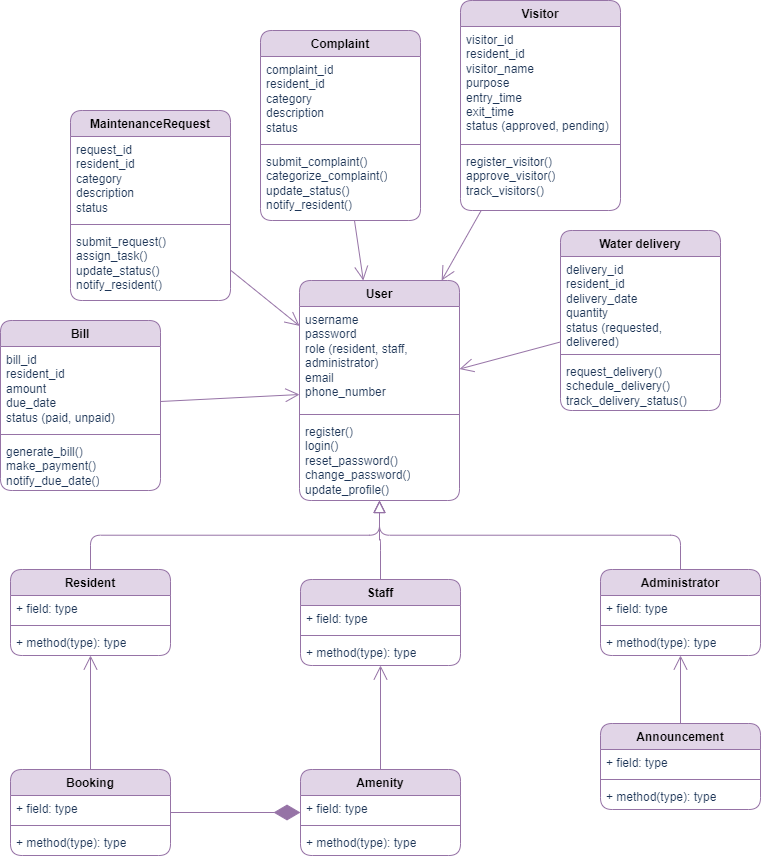
Earlier version of the draw.io export UML class diagram.drawio.png (zainy0805/SE_Assignment_project). Source tidied: cells renumbered, new cells last; positions are measured from the earlier drawing's top-left corner, leaving out a move shared by most shapes.
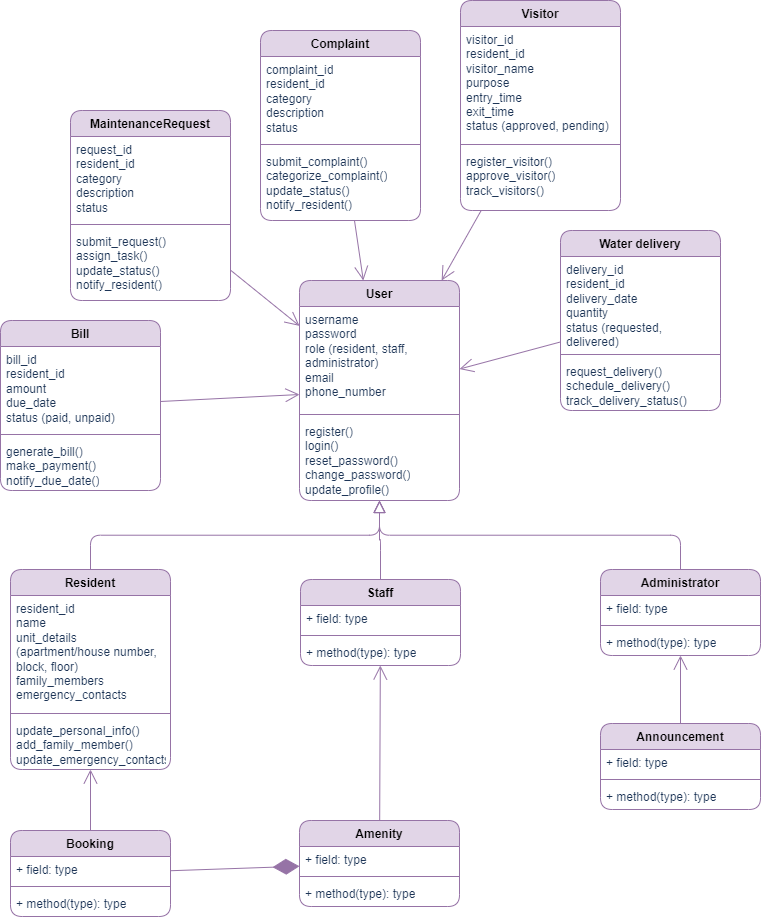
The same file after the commit.

Diff of the diagram source:
```diff
@@ -18,16 +18,16 @@
       <mxGeometry y="138" width="160" height="82" as="geometry" />
     </mxCell>
     <mxCell id="7" value="Resident" style="swimlane;fontStyle=1;align=center;verticalAlign=top;horizontal=1;startSize=26;whiteSpace=wrap;html=1;rounded=1;strokeColor=#9673a6;fillColor=#e1d5e7;" parent="1" vertex="1">
-      <mxGeometry x="10" y="569" width="160" height="86" as="geometry" />
+      <mxGeometry x="10" y="569" width="160" height="200" as="geometry" />
     </mxCell>
-    <mxCell id="8" value="+ field: type" style="text;strokeColor=none;fillColor=none;align=left;verticalAlign=top;spacingLeft=4;spacingRight=4;overflow=hidden;whiteSpace=wrap;html=1;fontColor=#1D3557;" parent="7" vertex="1">
-      <mxGeometry y="26" width="160" height="26" as="geometry" />
+    <mxCell id="8" value="&lt;span style=&quot;background-color: initial;&quot;&gt;resident_id&lt;/span&gt;&lt;br&gt;&lt;span style=&quot;background-color: initial;&quot;&gt;name&lt;/span&gt;&lt;br&gt;&lt;span style=&quot;background-color: initial;&quot;&gt;unit_details (apartment/house number, block, floor)&lt;/span&gt;&lt;br&gt;&lt;span style=&quot;background-color: initial;&quot;&gt;family_members&lt;/span&gt;&lt;br&gt;&lt;span style=&quot;background-color: initial;&quot;&gt;emergency_contacts&lt;/span&gt;" style="text;strokeColor=none;fillColor=none;align=left;verticalAlign=top;spacingLeft=4;spacingRight=4;overflow=hidden;whiteSpace=wrap;html=1;fontColor=#1D3557;" parent="7" vertex="1">
+      <mxGeometry y="26" width="160" height="114" as="geometry" />
     </mxCell>
     <mxCell id="9" style="line;strokeWidth=1;fillColor=none;align=left;verticalAlign=middle;spacingTop=-1;spacingLeft=3;spacingRight=3;labelPosition=right;strokeColor=inherit;rounded=1;fontColor=#1D3557;" parent="7" vertex="1">
-      <mxGeometry y="52" width="160" height="8" as="geometry" />
+      <mxGeometry y="140" width="160" height="8" as="geometry" />
     </mxCell>
-    <mxCell id="10" value="+ method(type): type" style="text;strokeColor=none;fillColor=none;align=left;verticalAlign=top;spacingLeft=4;spacingRight=4;overflow=hidden;whiteSpace=wrap;html=1;fontColor=#1D3557;" parent="7" vertex="1">
-      <mxGeometry y="60" width="160" height="26" as="geometry" />
+    <mxCell id="10" value="&lt;span style=&quot;background-color: initial;&quot;&gt;update_personal_info()&lt;/span&gt;&lt;br&gt;&lt;span style=&quot;background-color: initial;&quot;&gt;add_family_member()&lt;/span&gt;&lt;br&gt;&lt;span style=&quot;background-color: initial;&quot;&gt;update_emergency_contacts()&lt;/span&gt;" style="text;strokeColor=none;fillColor=none;align=left;verticalAlign=top;spacingLeft=4;spacingRight=4;overflow=hidden;whiteSpace=wrap;html=1;fontColor=#1D3557;" parent="7" vertex="1">
+      <mxGeometry y="148" width="160" height="52" as="geometry" />
     </mxCell>
     <mxCell id="11" value="Staff" style="swimlane;fontStyle=1;align=center;verticalAlign=top;horizontal=1;startSize=26;whiteSpace=wrap;html=1;rounded=1;strokeColor=#9673a6;fillColor=#e1d5e7;" parent="1" vertex="1">
       <mxGeometry x="300" y="579" width="160" height="86" as="geometry" />
@@ -54,7 +54,7 @@
       <mxGeometry y="60" width="160" height="26" as="geometry" />
     </mxCell>
     <mxCell id="19" value="Amenity" style="swimlane;fontStyle=1;align=center;verticalAlign=top;horizontal=1;startSize=26;whiteSpace=wrap;html=1;rounded=1;strokeColor=#9673a6;fillColor=#e1d5e7;" parent="1" vertex="1">
-      <mxGeometry x="300" y="769" width="160" height="86" as="geometry" />
+      <mxGeometry x="299" y="820" width="160" height="86" as="geometry" />
     </mxCell>
     <mxCell id="20" value="+ field: type" style="text;strokeColor=none;fillColor=none;align=left;verticalAlign=top;spacingLeft=4;spacingRight=4;overflow=hidden;whiteSpace=wrap;html=1;fontColor=#1D3557;" parent="19" vertex="1">
       <mxGeometry y="26" width="160" height="26" as="geometry" />
@@ -66,7 +66,7 @@
       <mxGeometry y="60" width="160" height="26" as="geometry" />
     </mxCell>
     <mxCell id="23" value="Booking" style="swimlane;fontStyle=1;align=center;verticalAlign=top;horizontal=1;startSize=26;whiteSpace=wrap;html=1;rounded=1;strokeColor=#9673a6;fillColor=#e1d5e7;" parent="1" vertex="1">
-      <mxGeometry x="10" y="769" width="160" height="86" as="geometry" />
+      <mxGeometry x="10" y="830" width="160" height="86" as="geometry" />
     </mxCell>
     <mxCell id="24" value="+ field: type" style="text;strokeColor=none;fillColor=none;align=left;verticalAlign=top;spacingLeft=4;spacingRight=4;overflow=hidden;whiteSpace=wrap;html=1;fontColor=#1D3557;" parent="23" vertex="1">
       <mxGeometry y="26" width="160" height="26" as="geometry" />
```
